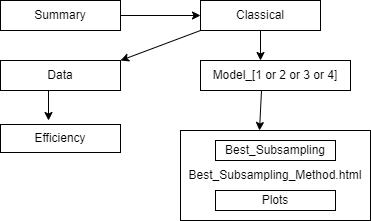
Earlier version of the draw.io export Images/Summary.png (Amalan-ConStat/RS_OS_MROS_LR_Two_Var_Normal_Alpha). Source tidied: cells renumbered, new cells last; positions are measured from the earlier drawing's top-left corner, leaving out a move shared by most shapes. Its diagram source:
```xml
<mxGraphModel>
  <root>
    <mxCell id="0" />
    <mxCell id="1" parent="0" />
    <mxCell id="2" value="Best_Subsampling_Method.html" style="rounded=0;whiteSpace=wrap;html=1;" parent="1" vertex="1">
      <mxGeometry x="180" y="130" width="190" height="90" as="geometry" />
    </mxCell>
    <mxCell id="3" value="Summary" style="rounded=0;whiteSpace=wrap;html=1;" parent="1" vertex="1">
      <mxGeometry width="120" height="30" as="geometry" />
    </mxCell>
    <mxCell id="4" value="Classical" style="rounded=0;whiteSpace=wrap;html=1;" parent="1" vertex="1">
      <mxGeometry x="200" width="120" height="30" as="geometry" />
    </mxCell>
    <mxCell id="5" value="Model_[1 or 2 or&amp;nbsp;3 or 4]" style="rounded=0;whiteSpace=wrap;html=1;" parent="1" vertex="1">
      <mxGeometry x="200" y="60" width="150" height="30" as="geometry" />
    </mxCell>
    <mxCell id="6" value="Best_Subsampling" style="rounded=0;whiteSpace=wrap;html=1;" parent="1" vertex="1">
      <mxGeometry x="215" y="140" width="120" height="20" as="geometry" />
    </mxCell>
    <mxCell id="7" value="Plots" style="rounded=0;whiteSpace=wrap;html=1;" parent="1" vertex="1">
      <mxGeometry x="215" y="190" width="120" height="20" as="geometry" />
    </mxCell>
    <mxCell id="8" value="Data" style="rounded=0;whiteSpace=wrap;html=1;" parent="1" vertex="1">
      <mxGeometry y="60" width="120" height="30" as="geometry" />
    </mxCell>
    <mxCell id="9" value="Efficiency" style="rounded=0;whiteSpace=wrap;html=1;" parent="1" vertex="1">
      <mxGeometry y="124" width="120" height="28" as="geometry" />
    </mxCell>
    <mxCell id="10" style="endArrow=classic;html=1;entryX=0;entryY=0.5;entryDx=0;entryDy=0;" parent="1" edge="1" target="4">
      <mxGeometry relative="1" as="geometry">
        <mxPoint x="120" y="15" as="sourcePoint" />
      </mxGeometry>
    </mxCell>
    <mxCell id="11" style="endArrow=classic;html=1;" parent="1" edge="1">
      <mxGeometry relative="1" as="geometry">
        <mxPoint x="260" y="30" as="sourcePoint" />
        <mxPoint x="260" y="60" as="targetPoint" />
      </mxGeometry>
    </mxCell>
    <mxCell id="12" style="endArrow=classic;html=1;" parent="1" edge="1">
      <mxGeometry relative="1" as="geometry">
        <mxPoint x="261" y="90" as="sourcePoint" />
        <mxPoint x="259" y="130" as="targetPoint" />
      </mxGeometry>
    </mxCell>
    <mxCell id="13" style="endArrow=classic;html=1;" parent="1" edge="1">
      <mxGeometry relative="1" as="geometry">
        <mxPoint x="48" y="90" as="sourcePoint" />
        <mxPoint x="48" y="120" as="targetPoint" />
      </mxGeometry>
    </mxCell>
    <mxCell id="14" style="endArrow=classic;html=1;entryX=1;entryY=0;entryDx=0;entryDy=0;exitX=0;exitY=1;exitDx=0;exitDy=0;" parent="1" edge="1" source="4" target="8">
      <mxGeometry relative="1" as="geometry" />
    </mxCell>
  </root>
</mxGraphModel>
```
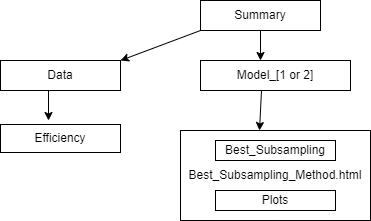
After the commit.

Change to the diagram source:
```diff
@@ -6,12 +6,9 @@
       <mxGeometry x="180" y="130" width="190" height="90" as="geometry" />
     </mxCell>
     <mxCell id="3" value="Summary" style="rounded=0;whiteSpace=wrap;html=1;" parent="1" vertex="1">
-      <mxGeometry width="120" height="30" as="geometry" />
+      <mxGeometry x="200" width="120" height="30" as="geometry" />
     </mxCell>
-    <mxCell id="4" value="Classical" style="rounded=0;whiteSpace=wrap;html=1;" parent="1" vertex="1">
-      <mxGeometry x="200" width="120" height="30" as="geometry" />
-    </mxCell>
-    <mxCell id="5" value="Model_[1 or 2 or&amp;nbsp;3 or 4]" style="rounded=0;whiteSpace=wrap;html=1;" parent="1" vertex="1">
+    <mxCell id="5" value="Model_[1 or 2]" style="rounded=0;whiteSpace=wrap;html=1;" parent="1" vertex="1">
       <mxGeometry x="200" y="60" width="150" height="30" as="geometry" />
     </mxCell>
     <mxCell id="6" value="Best_Subsampling" style="rounded=0;whiteSpace=wrap;html=1;" parent="1" vertex="1">
@@ -26,11 +23,6 @@
     <mxCell id="9" value="Efficiency" style="rounded=0;whiteSpace=wrap;html=1;" parent="1" vertex="1">
       <mxGeometry y="124" width="120" height="28" as="geometry" />
     </mxCell>
-    <mxCell id="10" style="endArrow=classic;html=1;entryX=0;entryY=0.5;entryDx=0;entryDy=0;" parent="1" edge="1" target="4">
-      <mxGeometry relative="1" as="geometry">
-        <mxPoint x="120" y="15" as="sourcePoint" />
-      </mxGeometry>
-    </mxCell>
     <mxCell id="11" style="endArrow=classic;html=1;" parent="1" edge="1">
       <mxGeometry relative="1" as="geometry">
         <mxPoint x="260" y="30" as="sourcePoint" />
@@ -49,8 +41,10 @@
         <mxPoint x="48" y="120" as="targetPoint" />
       </mxGeometry>
     </mxCell>
-    <mxCell id="14" style="endArrow=classic;html=1;entryX=1;entryY=0;entryDx=0;entryDy=0;exitX=0;exitY=1;exitDx=0;exitDy=0;" parent="1" edge="1" source="4" target="8">
-      <mxGeometry relative="1" as="geometry" />
+    <mxCell id="14" style="endArrow=classic;html=1;entryX=1;entryY=0;entryDx=0;entryDy=0;exitX=0;exitY=1;exitDx=0;exitDy=0;" parent="1" edge="1" target="8">
+      <mxGeometry relative="1" as="geometry">
+        <mxPoint x="200" y="30" as="sourcePoint" />
+      </mxGeometry>
     </mxCell>
   </root>
 </mxGraphModel>
```
